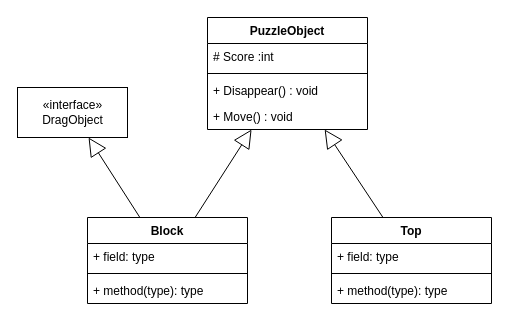
This is Hexa/Docs/ClassDiagram/Puzzle Object.drawio from galicskin/CookApps_Project, a draw.io file, before an edit. Source tidied: cells renumbered, new cells numbered last; positions are measured from the earlier drawing's top-left corner, leaving out a move shared by most shapes. Both pictures are drawn from the tidied source at 100%, with x=0, y=0 at pixel (17, 17).
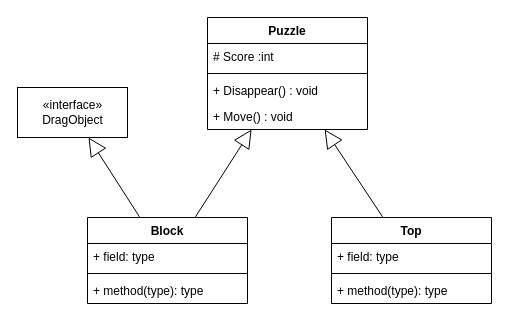
After the change.

The edit, as a diff of the source:
```diff
@@
 <mxGraphModel>
   <root>
     <mxCell id="0" />
     <mxCell id="1" parent="0" />
     <mxCell id="2" value="Top" style="swimlane;fontStyle=1;align=center;verticalAlign=top;horizontal=1;startSize=26;" parent="1" vertex="1">
       <mxGeometry x="314" y="200" width="160" height="86" as="geometry" />
     </mxCell>
     <mxCell id="3" value="+ field: type" style="text;strokeColor=none;fillColor=none;align=left;verticalAlign=top;spacingLeft=4;spacingRight=4;overflow=hidden;" parent="2" vertex="1">
       <mxGeometry y="26" width="160" height="26" as="geometry" />
     </mxCell>
     <mxCell id="4" style="line;strokeWidth=1;fillColor=none;align=left;verticalAlign=middle;spacingTop=-1;spacingLeft=3;spacingRight=3;labelPosition=right;" parent="2" vertex="1">
       <mxGeometry y="52" width="160" height="8" as="geometry" />
     </mxCell>
     <mxCell id="5" value="+ method(type): type" style="text;strokeColor=none;fillColor=none;align=left;verticalAlign=top;spacingLeft=4;spacingRight=4;overflow=hidden;" parent="2" vertex="1">
       <mxGeometry y="60" width="160" height="26" as="geometry" />
     </mxCell>
-    <mxCell id="6" value="PuzzleObject" style="swimlane;fontStyle=1;align=center;verticalAlign=top;horizontal=1;startSize=26;" parent="1" vertex="1">
+    <mxCell id="6" value="Puzzle" style="swimlane;fontStyle=1;align=center;verticalAlign=top;horizontal=1;startSize=26;" parent="1" vertex="1">
       <mxGeometry x="190" width="160" height="112" as="geometry" />
     </mxCell>
     <mxCell id="7" value="# Score :int" style="text;strokeColor=none;fillColor=none;align=left;verticalAlign=top;spacingLeft=4;spacingRight=4;overflow=hidden;" parent="6" vertex="1">
       <mxGeometry y="26" width="160" height="26" as="geometry" />
     </mxCell>
     <mxCell id="8" style="line;strokeWidth=1;fillColor=none;align=left;verticalAlign=middle;spacingTop=-1;spacingLeft=3;spacingRight=3;labelPosition=right;" parent="6" vertex="1">
       <mxGeometry y="52" width="160" height="8" as="geometry" />
     </mxCell>
     <mxCell id="9" value="+ Disappear() : void" style="text;strokeColor=none;fillColor=none;align=left;verticalAlign=top;spacingLeft=4;spacingRight=4;overflow=hidden;" parent="6" vertex="1">
       <mxGeometry y="60" width="160" height="26" as="geometry" />
     </mxCell>
     <mxCell id="10" value="+ Move() : void" style="text;strokeColor=none;fillColor=none;align=left;verticalAlign=top;spacingLeft=4;spacingRight=4;overflow=hidden;" parent="6" vertex="1">
       <mxGeometry y="86" width="160" height="26" as="geometry" />
     </mxCell>
     <mxCell id="11" value="Block" style="swimlane;fontStyle=1;align=center;verticalAlign=top;horizontal=1;startSize=26;" parent="1" vertex="1">
       <mxGeometry x="70" y="200" width="160" height="86" as="geometry" />
     </mxCell>
     <mxCell id="12" value="+ field: type" style="text;strokeColor=none;fillColor=none;align=left;verticalAlign=top;spacingLeft=4;spacingRight=4;overflow=hidden;" parent="11" vertex="1">
       <mxGeometry y="26" width="160" height="26" as="geometry" />
     </mxCell>
     <mxCell id="13" style="line;strokeWidth=1;fillColor=none;align=left;verticalAlign=middle;spacingTop=-1;spacingLeft=3;spacingRight=3;labelPosition=right;" parent="11" vertex="1">
       <mxGeometry y="52" width="160" height="8" as="geometry" />
     </mxCell>
     <mxCell id="14" value="+ method(type): type" style="text;strokeColor=none;fillColor=none;align=left;verticalAlign=top;spacingLeft=4;spacingRight=4;overflow=hidden;" parent="11" vertex="1">
       <mxGeometry y="60" width="160" height="26" as="geometry" />
     </mxCell>
     <mxCell id="15" style="endArrow=block;endSize=16;endFill=0;html=1;" parent="1" edge="1" source="11" target="6">
       <mxGeometry relative="1" as="geometry" />
     </mxCell>
     <mxCell id="16" style="endArrow=block;endSize=16;endFill=0;html=1;" parent="1" edge="1" source="2" target="6">
       <mxGeometry relative="1" as="geometry" />
     </mxCell>
     <mxCell id="17" value="«interface»&lt;br&gt;DragObject" style="html=1;" parent="1" vertex="1">
       <mxGeometry y="70" width="110" height="50" as="geometry" />
     </mxCell>
     <mxCell id="18" style="endArrow=block;endSize=16;endFill=0;html=1;" parent="1" edge="1" source="11" target="17">
       <mxGeometry relative="1" as="geometry" />
     </mxCell>
   </root>
 </mxGraphModel>
```
